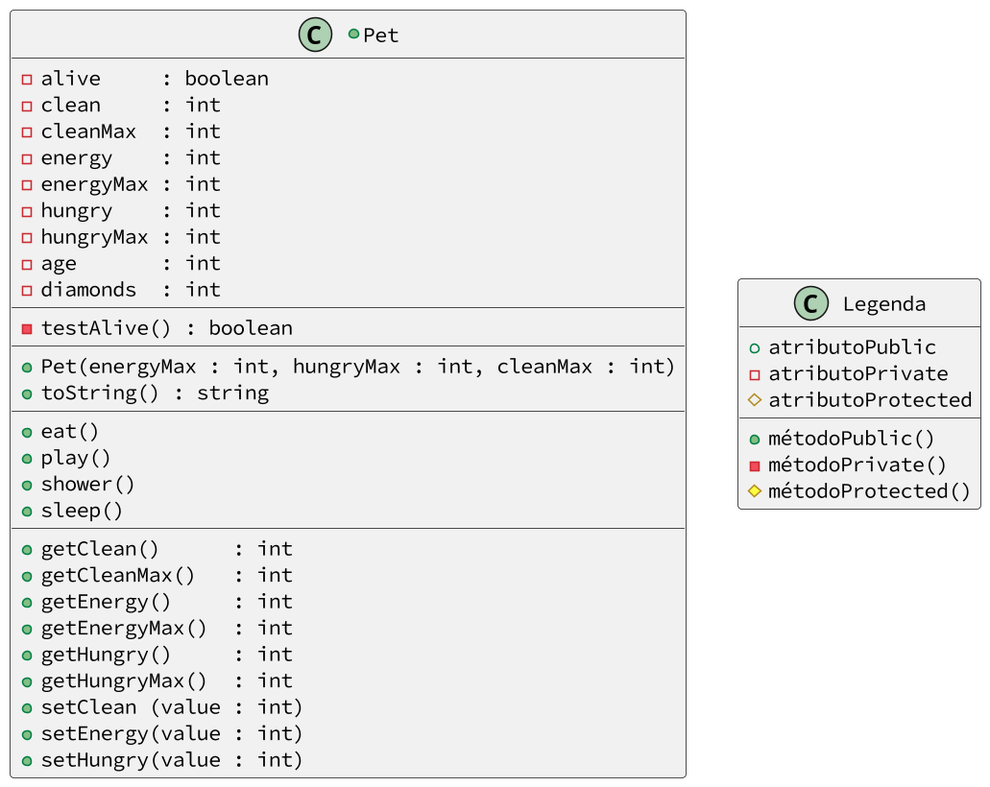
This is base/tamagotchi/diagrama.png from qxcodepoo/arcade, a PlantUML export, as it was before one commit. Its diagram source:
```plantuml
@startuml
skinparam defaultFontName Hasklig
skinparam dpi 150
+class Pet {
    - alive     : boolean
    - clean     : int
    - cleanMax  : int
    - energy    : int
    - energyMax : int
    - hungry    : int
    - hungryMax : int
    - age       : int
    - diamonds  : int
    __
    - testAlive() : boolean
    __
    + Pet(energyMax : int, hungryMax : int, cleanMax : int)
    + toString() : string
    __
    + eat()
    + play()
    + shower()
    + sleep()
    __
    + getClean()      : int
    + getCleanMax()   : int
    + getEnergy()     : int
    + getEnergyMax()  : int
    + getHungry()     : int
    + getHungryMax()  : int
    + setClean (value : int)
    + setEnergy(value : int)
    + setHungry(value : int)
}
class Legenda {
  + atributoPublic
  - atributoPrivate
  # atributoProtected
  __
  + métodoPublic()
  - métodoPrivate()
  # métodoProtected()
}
@enduml
```
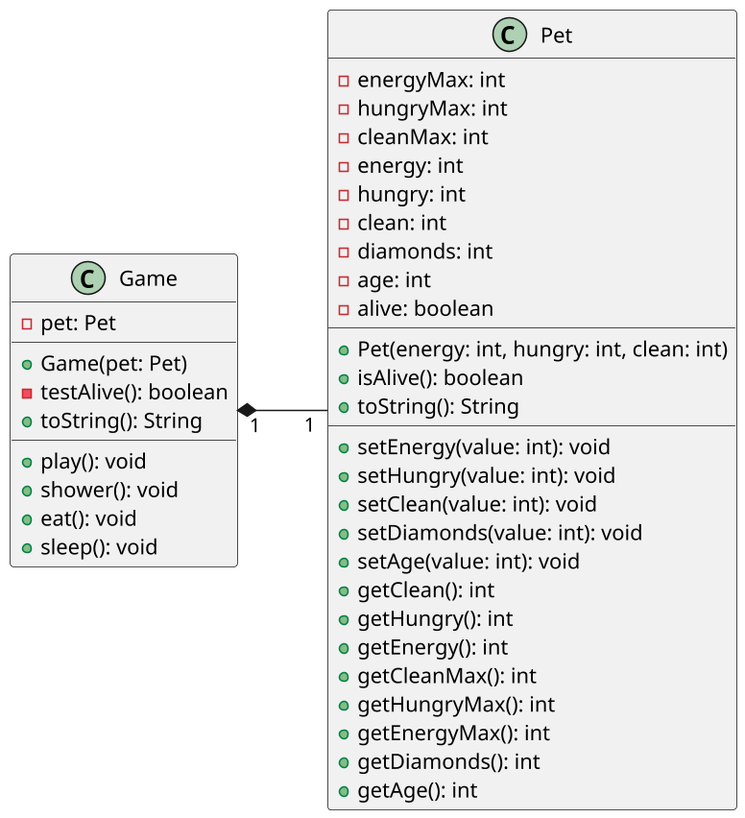
Above is the later version.

Diff of the diagram source:
```diff
@@ -1,44 +1,53 @@
 @startuml
+
 skinparam defaultFontName Hasklig
 skinparam dpi 150
-+class Pet {
-    - alive     : boolean
-    - clean     : int
-    - cleanMax  : int
-    - energy    : int
-    - energyMax : int
-    - hungry    : int
-    - hungryMax : int
-    - age       : int
-    - diamonds  : int
+
+left to right direction
+
+class Pet {
+    - energyMax: int
+    - hungryMax: int
+    - cleanMax: int
+    - energy: int
+    - hungry: int
+    - clean: int
+    - diamonds: int
+    - age: int
+    - alive: boolean
     __
-    - testAlive() : boolean
+    + Pet(energy: int, hungry: int, clean: int)
+    + isAlive(): boolean
+    + toString(): String
     __
-    + Pet(energyMax : int, hungryMax : int, cleanMax : int)
-    + toString() : string
+    + setEnergy(value: int): void
+    + setHungry(value: int): void
+    + setClean(value: int): void
+    + setDiamonds(value: int): void
+    + setAge(value: int): void
+    + getClean(): int
+    + getHungry(): int
+    + getEnergy(): int
+    + getCleanMax(): int
+    + getHungryMax(): int
+    + getEnergyMax(): int
+    + getDiamonds(): int
+    + getAge(): int
+}
+
+class Game {
+    - pet: Pet
     __
-    + eat()
-    + play()
-    + shower()
-    + sleep()
+    + Game(pet: Pet)
+    - testAlive(): boolean
+    + toString(): String
     __
-    + getClean()      : int
-    + getCleanMax()   : int
-    + getEnergy()     : int
-    + getEnergyMax()  : int
-    + getHungry()     : int
-    + getHungryMax()  : int
-    + setClean (value : int)
-    + setEnergy(value : int)
-    + setHungry(value : int)
+    + play(): void
+    + shower(): void
+    + eat(): void
+    + sleep(): void
 }
-class Legenda {
-  + atributoPublic
-  - atributoPrivate
-  # atributoProtected
-  __
-  + métodoPublic()
-  - métodoPrivate()
-  # métodoProtected()
-}
+
+Game "1" *-- "1" Pet
+
 @enduml
```
